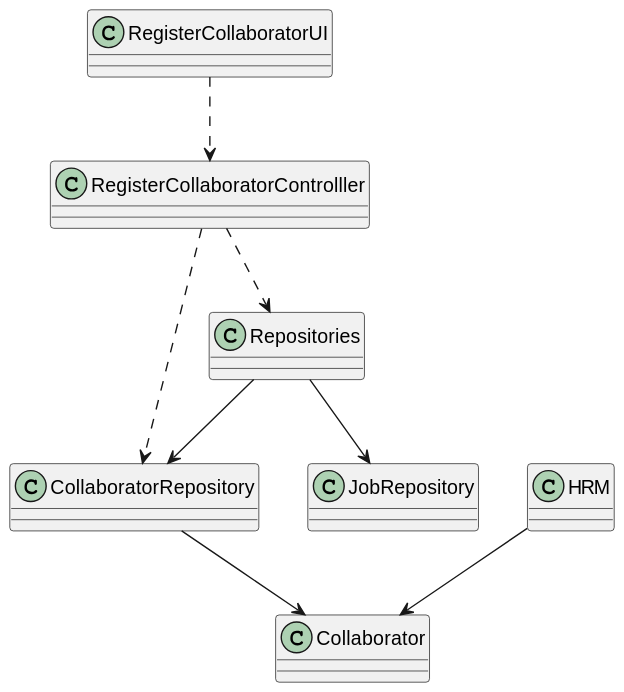
This is docs/sprintA&B/us003/03.design/svg/us003-class-diagram.svg from daniel41silva05/ISEP_2023_2024_LAPR2, a PlantUML export, as it was before one commit.
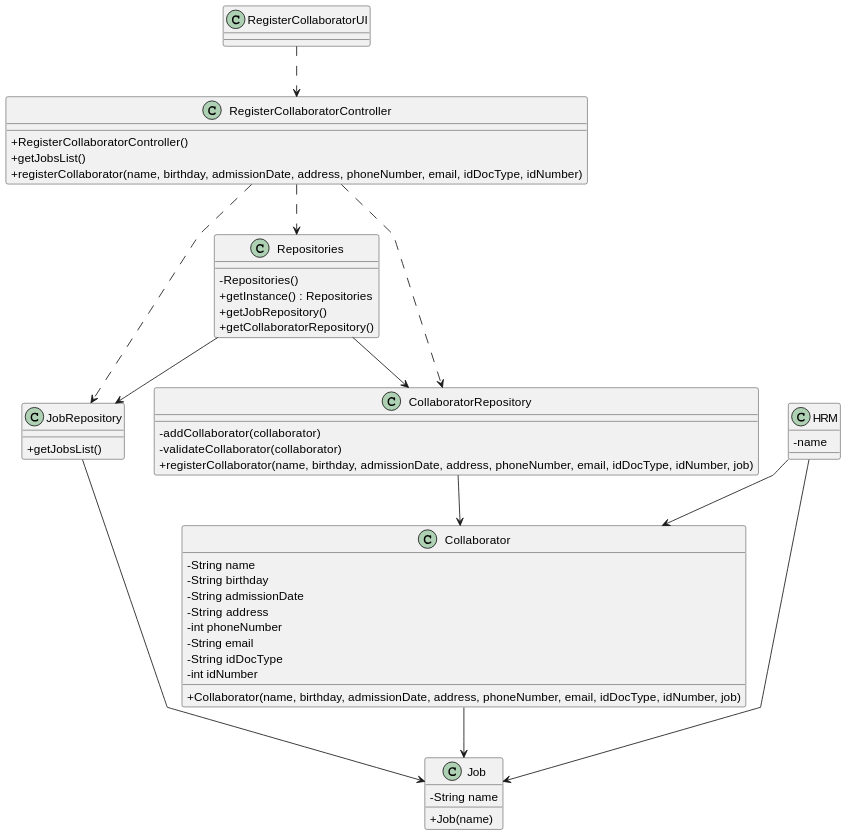
Later version of the same file.

Commit message:
ED-17 US03 - update Class Diagram

The edit, as a diff of the source:
```diff
@@ -7,38 +7,62 @@
 
 
 class RegisterCollaboratorUI {
-
 }
 
-class RegisterCollaboratorControlller {
-
+class RegisterCollaboratorController {
+    +RegisterCollaboratorController()
+    +getJobsList()
+    +registerCollaborator(name, birthday, admissionDate, address, phoneNumber, email, idDocType, idNumber)
 }
 
 class CollaboratorRepository {
-
+    -addCollaborator(collaborator)
+    -validateCollaborator(collaborator)
+    +registerCollaborator(name, birthday, admissionDate, address, phoneNumber, email, idDocType, idNumber, job)
 }
 
 class Collaborator {
+    -String name
+    -String birthday
+    -String admissionDate
+    -String address
+    -int phoneNumber
+    -String email
+    -String idDocType
+    -int idNumber
+    +Collaborator(name, birthday, admissionDate, address, phoneNumber, email, idDocType, idNumber, job)
 
 }
 
 class JobRepository {
+    +getJobsList()
+}
 
+class Job {
+    -String name
+    +Job(name)
 }
 
 class HRM {
-
+    - name
 }
 
 class Repositories {
-
+    - Repositories()
+    + getInstance() : Repositories
+    + getJobRepository()
+    + getCollaboratorRepository()
 }
 
-RegisterCollaboratorUI ..> RegisterCollaboratorControlller
-RegisterCollaboratorControlller ..> Repositories
-RegisterCollaboratorControlller ..> CollaboratorRepository
+RegisterCollaboratorUI ..> RegisterCollaboratorController
+RegisterCollaboratorController ..> Repositories
+RegisterCollaboratorController ..> CollaboratorRepository
+RegisterCollaboratorController ..> JobRepository
 CollaboratorRepository --> Collaborator
+JobRepository --> Job
 HRM --> Collaborator
+HRM --> Job
+Collaborator --> Job
 Repositories --> CollaboratorRepository
 Repositories --> JobRepository
 @enduml
```
